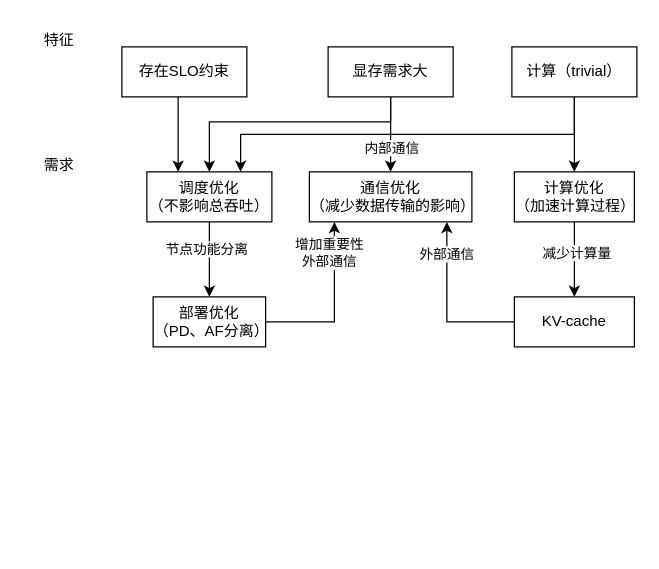
The draw.io diagram 大模型推理优化手段总结.drawio in FrontierSetter/my_drawio, before the edit. Source tidied: cells renumbered, new cells numbered last; positions are measured from the earlier drawing's top-left corner, leaving out a move shared by most shapes. Both pictures are drawn from the tidied source at 125%, with x=0, y=0 at pixel (21, 21).
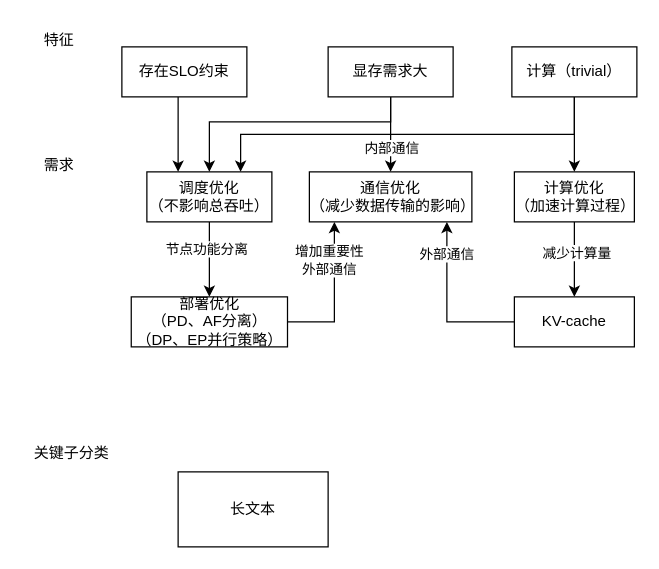
Above is the later version.

Commit message:
更新大模型推理优化手段总结.drawio

Unchanged cells that the change refers to:
```xml
<mxCell id="24" style="edgeStyle=orthogonalEdgeStyle;rounded=0;jettySize=auto;html=1;" parent="1" edge="1" source="12" target="5">
  <mxGeometry relative="1" as="geometry">
    <Array as="points">
      <mxPoint x="250" y="240" />
    </Array>
  </mxGeometry>
</mxCell>
```

The edit, as a diff of the source:
```diff
@@
-    <mxCell id="12" value="部署优化&lt;div&gt;（PD、AF分离）&lt;/div&gt;" style="rounded=0;whiteSpace=wrap;html=1;" parent="1" vertex="1">
-      <mxGeometry x="105" y="220" width="90" height="40" as="geometry" />
+    <mxCell id="12" value="部署优化&lt;div&gt;（PD、AF分离）&lt;/div&gt;&lt;div&gt;（DP、EP并行策略）&lt;/div&gt;" style="rounded=0;whiteSpace=wrap;html=1;" parent="1" vertex="1">
+      <mxGeometry x="87.5" y="220" width="125" height="40" as="geometry" />
     </mxCell>
@@
     <mxCell id="25" value="增加重要性&lt;div&gt;外部通信&lt;/div&gt;" style="edgeLabel;html=1;align=center;verticalAlign=middle;" parent="24" vertex="1">
       <mxGeometry x="0.78" y="1" relative="1" as="geometry">
-        <mxPoint x="-4" y="9" as="offset" />
+        <mxPoint x="-4" y="18" as="offset" />
       </mxGeometry>
     </mxCell>
+    <mxCell id="26" value="关键子分类" style="text;html=1;whiteSpace=wrap;strokeColor=none;fillColor=none;align=center;verticalAlign=middle;rounded=0;" parent="1" vertex="1">
+      <mxGeometry y="330" width="80" height="30" as="geometry" />
+    </mxCell>
+    <mxCell id="27" value="长文本" style="rounded=0;whiteSpace=wrap;html=1;" parent="1" vertex="1">
+      <mxGeometry x="125" y="360" width="120" height="60" as="geometry" />
+    </mxCell>
```
